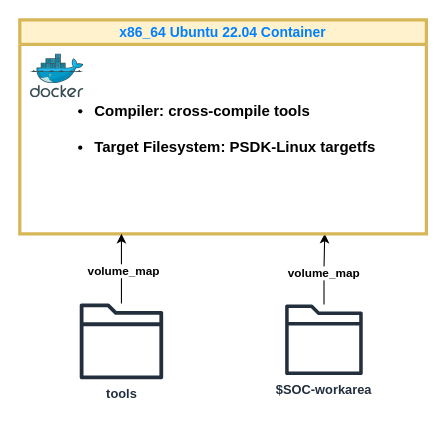
This is page "Page-1" (1 of 2) of docs/diagram.drawio from TexasInstruments-Sandbox/edgeai-vision-apps-lib-build, a draw.io file, before an edit. Source tidied: cells renumbered, new cells numbered last; positions are measured from the earlier drawing's top-left corner, leaving out a move shared by most shapes. Both pictures are drawn from the tidied source at 107%, with x=0, y=0 at pixel (19, 19).
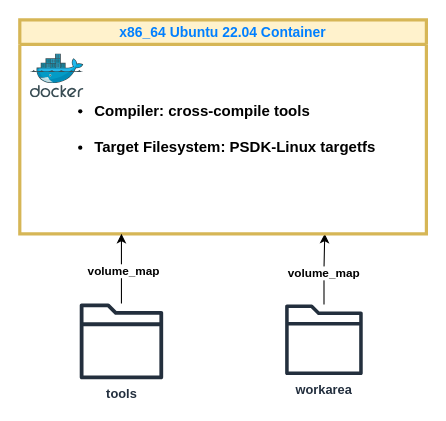
The same page after the edit.

The edit, as a diff of the source:
```diff
@@
 <mxGraphModel>
   <root>
     <mxCell id="0" />
     <mxCell id="1" parent="0" />
     <mxCell id="2" style="edgeStyle=orthogonalEdgeStyle;rounded=0;jettySize=auto;html=1;entryX=0.75;entryY=1;entryDx=0;entryDy=0;" parent="1" edge="1" source="4" target="5">
       <mxGeometry relative="1" as="geometry" />
     </mxCell>
     <mxCell id="3" value="volume_map" style="edgeLabel;html=1;align=center;verticalAlign=middle;fontStyle=1;" parent="2" vertex="1">
       <mxGeometry x="-0.1" y="1" relative="1" as="geometry" />
     </mxCell>
-    <mxCell id="4" value="&lt;b&gt;$SOC-workarea&lt;/b&gt;" style="sketch=0;outlineConnect=0;fontColor=#232F3E;gradientColor=none;fillColor=#232F3D;strokeColor=none;dashed=0;verticalLabelPosition=bottom;verticalAlign=top;align=center;html=1;fontSize=12;fontStyle=0;shape=mxgraph.aws4.folder;" parent="1" vertex="1">
+    <mxCell id="4" value="&lt;b&gt;workarea&lt;/b&gt;" style="sketch=0;outlineConnect=0;fontColor=#232F3E;gradientColor=none;fillColor=#232F3D;strokeColor=none;dashed=0;verticalLabelPosition=bottom;verticalAlign=top;align=center;html=1;fontSize=12;fontStyle=0;shape=mxgraph.aws4.folder;" parent="1" vertex="1">
       <mxGeometry x="248" y="266" width="72.5" height="66" as="geometry" />
     </mxCell>
     <mxCell id="5" value="&lt;font color=&quot;#007fff&quot; style=&quot;font-size: 13px;&quot;&gt;x86_64 Ubuntu 22.04 Container&lt;/font&gt;" style="swimlane;whiteSpace=wrap;html=1;fontSize=13;strokeWidth=3;fillColor=#fff2cc;strokeColor=#d6b656;" parent="1" vertex="1">
       <mxGeometry width="380" height="200" as="geometry" />
     </mxCell>
     <mxCell id="6" style="image;sketch=0;html=1;align=center;fontSize=12;image=img/lib/mscae/Docker.svg;" parent="5" vertex="1">
       <mxGeometry x="10" y="32" width="50" height="41" as="geometry" />
     </mxCell>
     <mxCell id="7" value="&lt;h2&gt;&lt;/h2&gt;&lt;h3&gt;&lt;p&gt;&lt;/p&gt;&lt;ul style=&quot;font-size: 14px;&quot;&gt;&lt;li style=&quot;font-size: 14px;&quot;&gt;Compiler: cross-compile tools&lt;/li&gt;&lt;/ul&gt;&lt;p&gt;&lt;/p&gt;&lt;ul style=&quot;font-size: 14px;&quot;&gt;&lt;li style=&quot;font-size: 14px;&quot;&gt;&lt;span style=&quot;background-color: initial;&quot;&gt;Target Filesystem: PSDK-Linux targetfs&lt;/span&gt;&lt;/li&gt;&lt;/ul&gt;&lt;/h3&gt;" style="text;html=1;align=left;verticalAlign=top;strokeColor=none;fillColor=none;fontStyle=1;fontSize=14;spacing=0;spacingTop=0;spacingBottom=0;" parent="5" vertex="1">
       <mxGeometry x="30" y="55" width="320" height="90" as="geometry" />
     </mxCell>
     <mxCell id="8" value="&lt;b&gt;tools&lt;/b&gt;" style="sketch=0;outlineConnect=0;fontColor=#232F3E;gradientColor=none;fillColor=#232F3D;strokeColor=none;dashed=0;verticalLabelPosition=bottom;verticalAlign=top;align=center;html=1;fontSize=12;fontStyle=0;shape=mxgraph.aws4.folder;" parent="1" vertex="1">
       <mxGeometry x="56" y="265" width="78" height="71" as="geometry" />
     </mxCell>
     <mxCell id="9" style="edgeStyle=orthogonalEdgeStyle;rounded=0;jettySize=auto;html=1;entryX=0.25;entryY=1;entryDx=0;entryDy=0;" parent="1" edge="1" source="8" target="5">
       <mxGeometry relative="1" as="geometry" />
     </mxCell>
     <mxCell id="10" value="volume_map" style="edgeLabel;html=1;align=center;verticalAlign=middle;fontStyle=1;" parent="9" vertex="1">
       <mxGeometry x="-0.05" y="-2" relative="1" as="geometry" />
     </mxCell>
   </root>
 </mxGraphModel>
```
